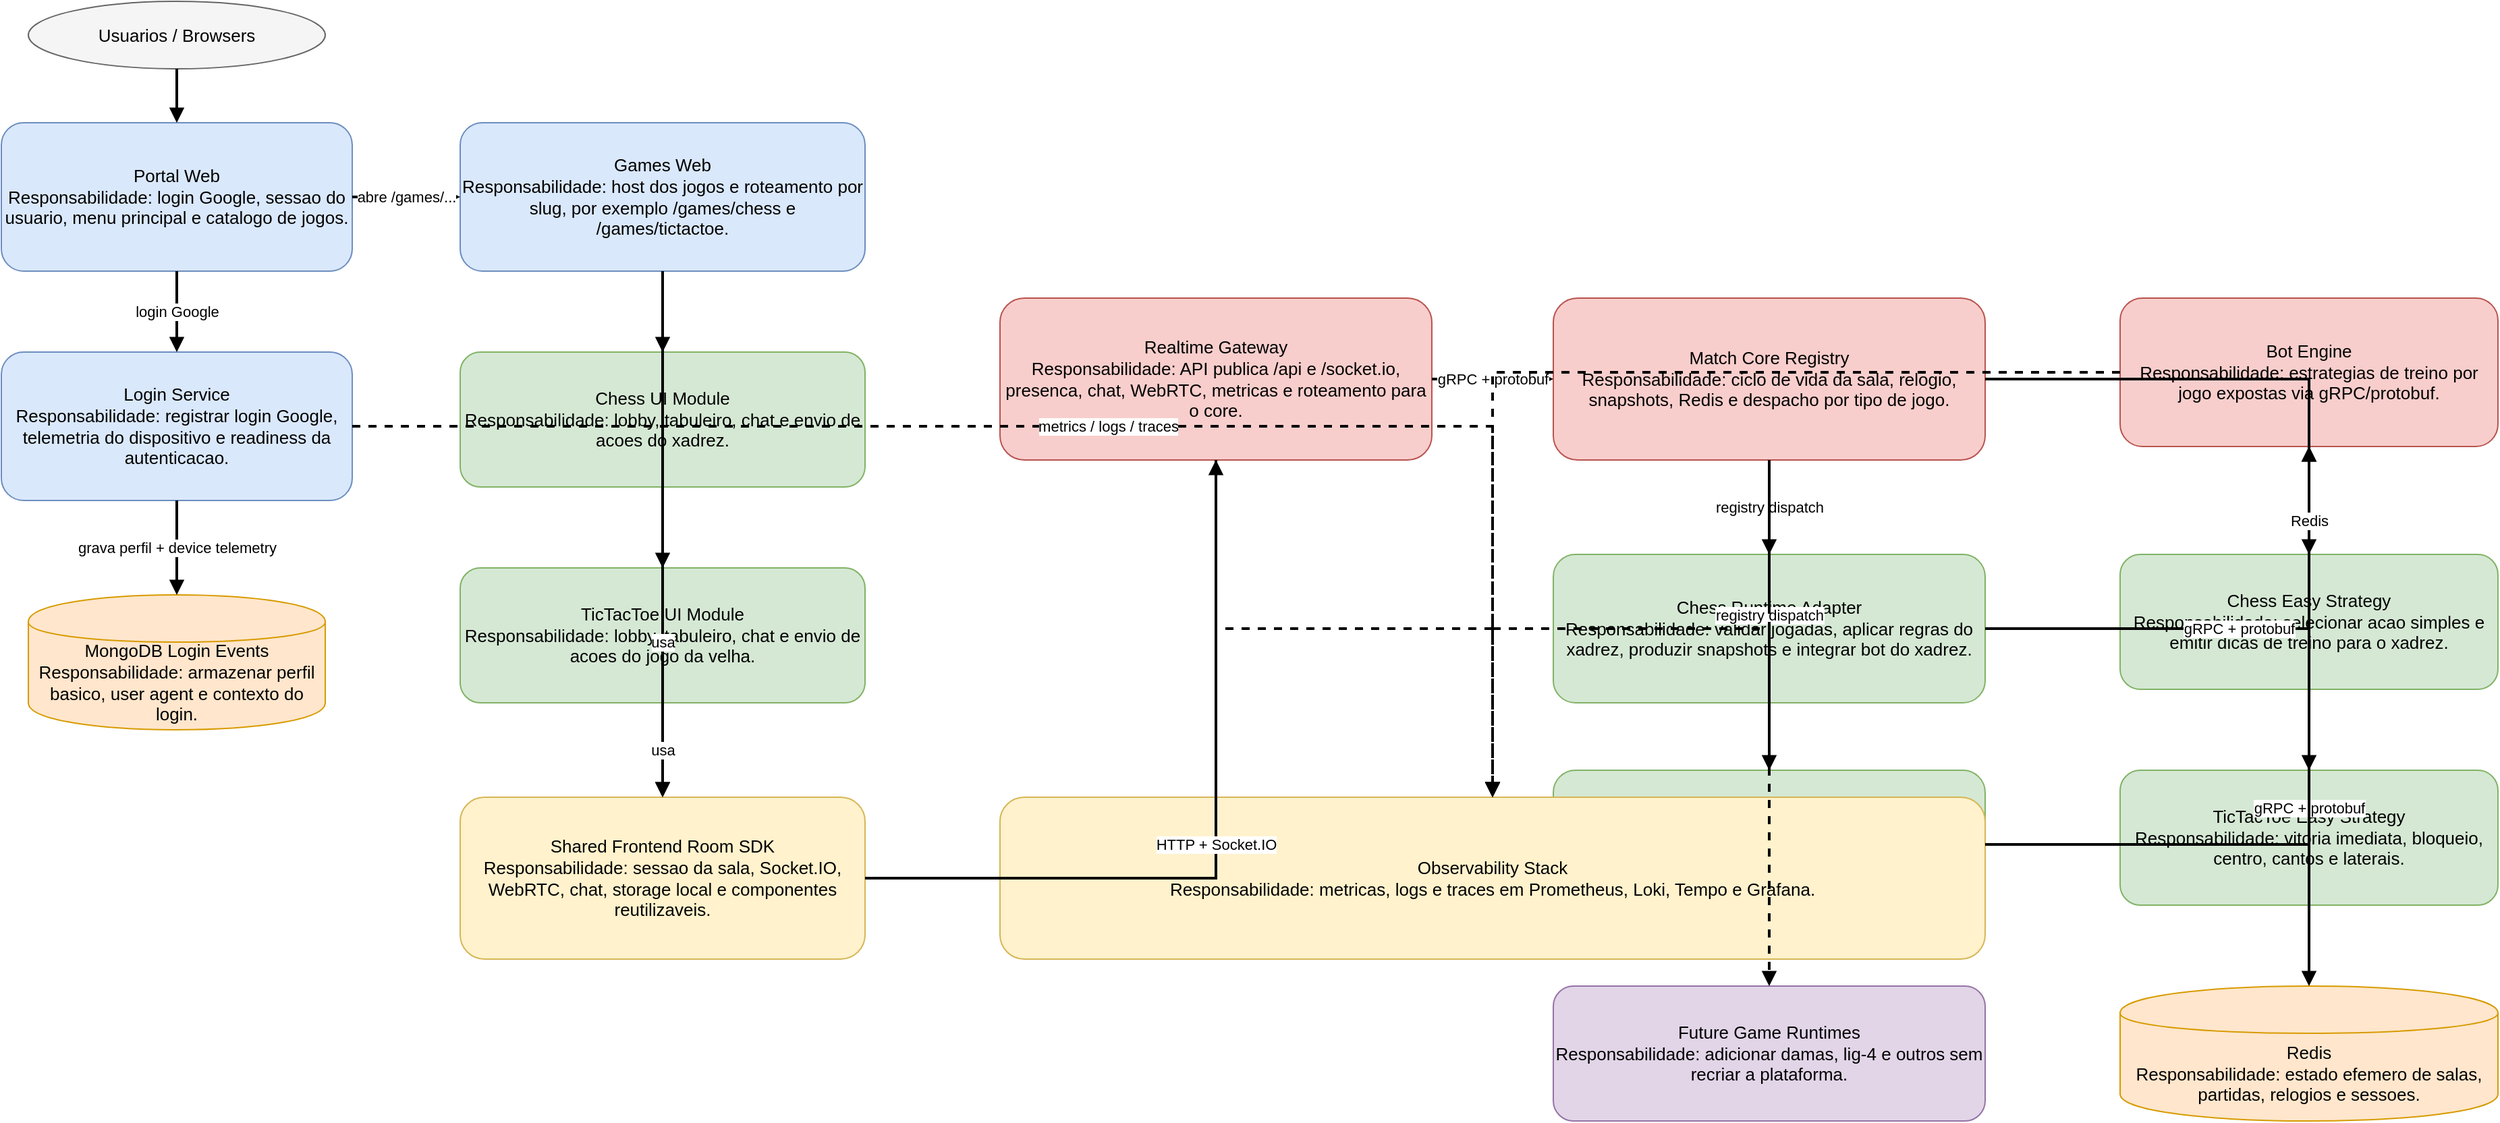
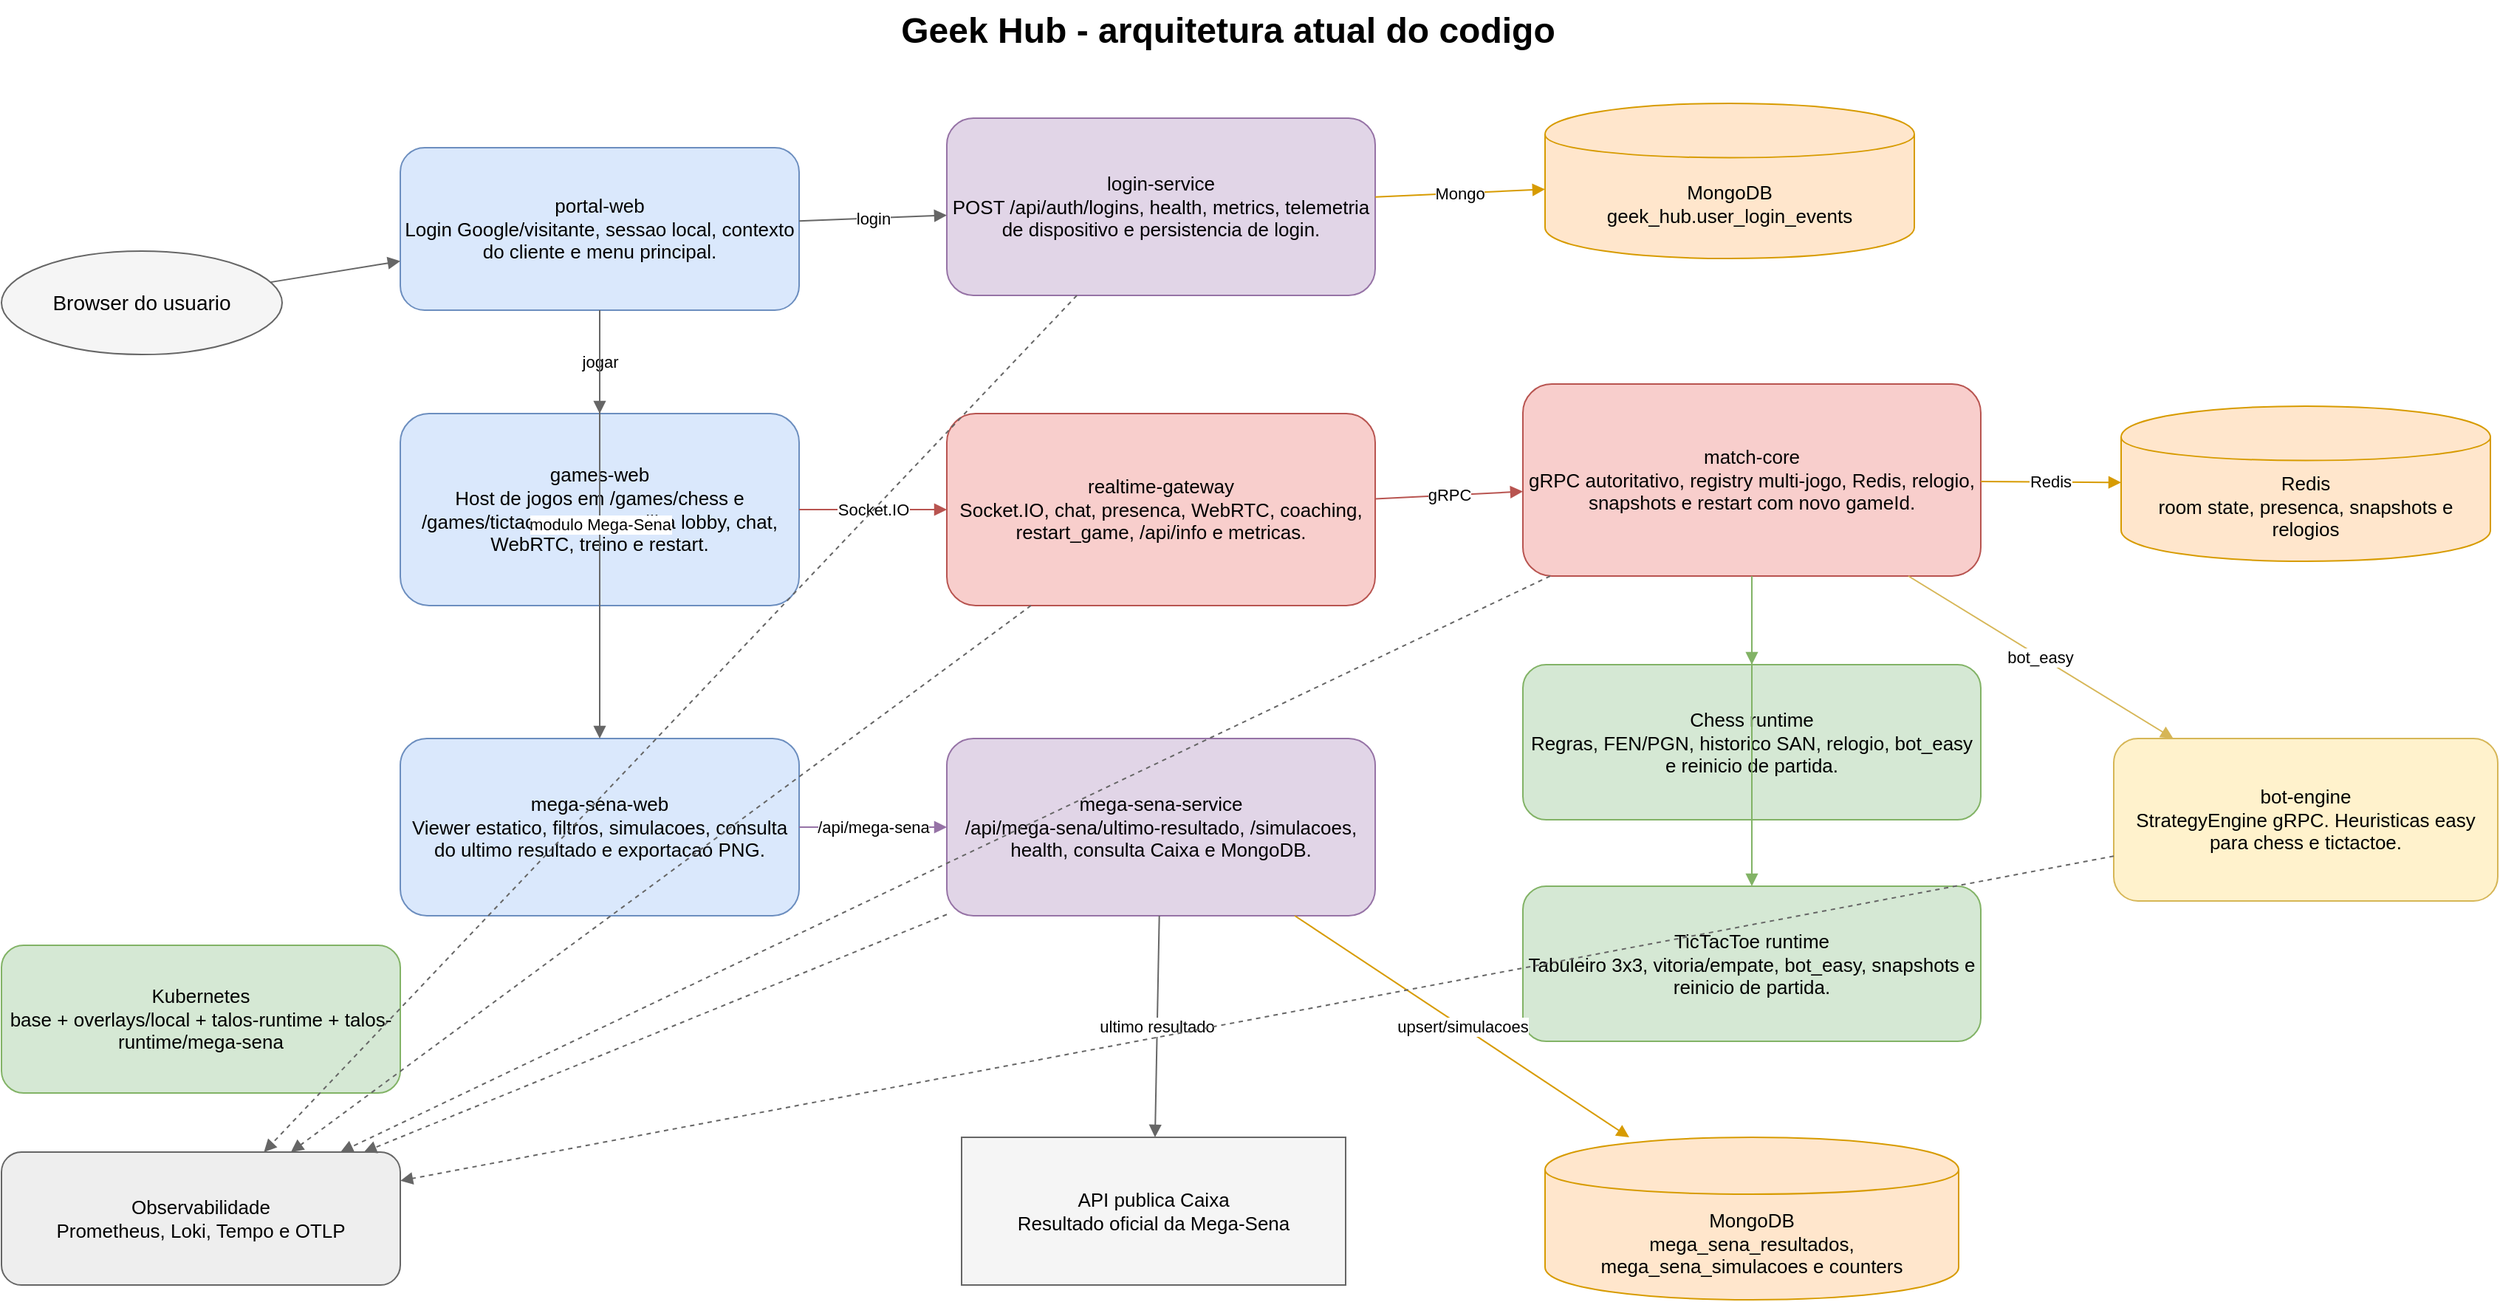
- <mxfile host="app.diagrams.net" modified="2026-04-17T01:05:00.000Z" agent="Codex" version="24.7.17">
-   <diagram id="geek-hub-architecture" name="Geek Hub">
+ <mxfile host="app.diagrams.net" modified="2026-04-30T00:00:00.000Z" agent="Codex" version="24.7.17">
+   <diagram id="geek-hub-current-architecture" name="Geek Hub - Current Architecture">
    <mxGraphModel dx="1800" dy="1200" grid="1" gridSize="10" guides="1" tooltips="1" connect="1" arrows="1" fold="1" page="1" pageScale="1" pageWidth="1800" pageHeight="1200" math="0" shadow="0">
      <root>
        <mxCell id="0"/>
        <mxCell id="1" parent="0"/>
-         <mxCell id="2" value="Usuarios / Browsers" style="ellipse;whiteSpace=wrap;html=1;fillColor=#f5f5f5;strokeColor=#666666;fontSize=13;" vertex="1" parent="1">
-           <mxGeometry x="90" y="30" width="220" height="50" as="geometry"/>
+         <mxCell id="title" value="Geek Hub - arquitetura atual do codigo" style="text;html=1;strokeColor=none;fillColor=none;fontSize=24;fontStyle=1;align=center;" vertex="1" parent="1">
+           <mxGeometry x="520" y="20" width="760" height="40" as="geometry"/>
        </mxCell>
-         <mxCell id="3" value="Portal Web&#xa;Responsabilidade: login Google, sessao do usuario, menu principal e catalogo de jogos." style="rounded=1;whiteSpace=wrap;html=1;fillColor=#dae8fc;strokeColor=#6c8ebf;fontSize=13;" vertex="1" parent="1">
-           <mxGeometry x="70" y="120" width="260" height="110" as="geometry"/>
+         <mxCell id="browser" value="Browser do usuario" style="ellipse;whiteSpace=wrap;html=1;fillColor=#f5f5f5;strokeColor=#666666;fontSize=14;" vertex="1" parent="1">
+           <mxGeometry x="70" y="190" width="190" height="70" as="geometry"/>
        </mxCell>
-         <mxCell id="4" value="Login Service&#xa;Responsabilidade: registrar login Google, telemetria do dispositivo e readiness da autenticacao." style="rounded=1;whiteSpace=wrap;html=1;fillColor=#dae8fc;strokeColor=#6c8ebf;fontSize=13;" vertex="1" parent="1">
-           <mxGeometry x="70" y="290" width="260" height="110" as="geometry"/>
+         <mxCell id="portal" value="portal-web&#xa;Login Google/visitante, sessao local, contexto do cliente e menu principal." style="rounded=1;whiteSpace=wrap;html=1;fillColor=#dae8fc;strokeColor=#6c8ebf;fontSize=13;" vertex="1" parent="1">
+           <mxGeometry x="340" y="120" width="270" height="110" as="geometry"/>
        </mxCell>
-         <mxCell id="5" value="MongoDB Login Events&#xa;Responsabilidade: armazenar perfil basico, user agent e contexto do login." style="shape=cylinder;whiteSpace=wrap;html=1;boundedLbl=1;fillColor=#ffe6cc;strokeColor=#d79b00;fontSize=13;" vertex="1" parent="1">
-           <mxGeometry x="90" y="470" width="220" height="100" as="geometry"/>
+         <mxCell id="games" value="games-web&#xa;Host de jogos em /games/chess e /games/tictactoe. Compartilha lobby, chat, WebRTC, treino e restart." style="rounded=1;whiteSpace=wrap;html=1;fillColor=#dae8fc;strokeColor=#6c8ebf;fontSize=13;" vertex="1" parent="1">
+           <mxGeometry x="340" y="300" width="270" height="130" as="geometry"/>
        </mxCell>
-         <mxCell id="6" value="Games Web&#xa;Responsabilidade: host dos jogos e roteamento por slug, por exemplo /games/chess e /games/tictactoe." style="rounded=1;whiteSpace=wrap;html=1;fillColor=#dae8fc;strokeColor=#6c8ebf;fontSize=13;" vertex="1" parent="1">
-           <mxGeometry x="410" y="120" width="300" height="110" as="geometry"/>
+         <mxCell id="megaweb" value="mega-sena-web&#xa;Viewer estatico, filtros, simulacoes, consulta do ultimo resultado e exportacao PNG." style="rounded=1;whiteSpace=wrap;html=1;fillColor=#dae8fc;strokeColor=#6c8ebf;fontSize=13;" vertex="1" parent="1">
+           <mxGeometry x="340" y="520" width="270" height="120" as="geometry"/>
        </mxCell>
-         <mxCell id="7" value="Chess UI Module&#xa;Responsabilidade: lobby, tabuleiro, chat e envio de acoes do xadrez." style="rounded=1;whiteSpace=wrap;html=1;fillColor=#d5e8d4;strokeColor=#82b366;fontSize=13;" vertex="1" parent="1">
-           <mxGeometry x="410" y="290" width="300" height="100" as="geometry"/>
+         <mxCell id="login" value="login-service&#xa;POST /api/auth/logins, health, metrics, telemetria de dispositivo e persistencia de login." style="rounded=1;whiteSpace=wrap;html=1;fillColor=#e1d5e7;strokeColor=#9673a6;fontSize=13;" vertex="1" parent="1">
+           <mxGeometry x="710" y="100" width="290" height="120" as="geometry"/>
        </mxCell>
-         <mxCell id="8" value="TicTacToe UI Module&#xa;Responsabilidade: lobby, tabuleiro, chat e envio de acoes do jogo da velha." style="rounded=1;whiteSpace=wrap;html=1;fillColor=#d5e8d4;strokeColor=#82b366;fontSize=13;" vertex="1" parent="1">
-           <mxGeometry x="410" y="450" width="300" height="100" as="geometry"/>
+         <mxCell id="gateway" value="realtime-gateway&#xa;Socket.IO, chat, presenca, WebRTC, coaching, restart_game, /api/info e metricas." style="rounded=1;whiteSpace=wrap;html=1;fillColor=#f8cecc;strokeColor=#b85450;fontSize=13;" vertex="1" parent="1">
+           <mxGeometry x="710" y="300" width="290" height="130" as="geometry"/>
        </mxCell>
-         <mxCell id="9" value="Shared Frontend Room SDK&#xa;Responsabilidade: sessao da sala, Socket.IO, WebRTC, chat, storage local e componentes reutilizaveis." style="rounded=1;whiteSpace=wrap;html=1;fillColor=#fff2cc;strokeColor=#d6b656;fontSize=13;" vertex="1" parent="1">
-           <mxGeometry x="410" y="620" width="300" height="120" as="geometry"/>
+         <mxCell id="megasvc" value="mega-sena-service&#xa;/api/mega-sena/ultimo-resultado, /simulacoes, health, consulta Caixa e MongoDB." style="rounded=1;whiteSpace=wrap;html=1;fillColor=#e1d5e7;strokeColor=#9673a6;fontSize=13;" vertex="1" parent="1">
+           <mxGeometry x="710" y="520" width="290" height="120" as="geometry"/>
        </mxCell>
-         <mxCell id="10" value="Realtime Gateway&#xa;Responsabilidade: API publica /api e /socket.io, presenca, chat, WebRTC, metricas e roteamento para o core." style="rounded=1;whiteSpace=wrap;html=1;fillColor=#f8cecc;strokeColor=#b85450;fontSize=13;" vertex="1" parent="1">
-           <mxGeometry x="810" y="250" width="320" height="120" as="geometry"/>
+         <mxCell id="matchcore" value="match-core&#xa;gRPC autoritativo, registry multi-jogo, Redis, relogio, snapshots e restart com novo gameId." style="rounded=1;whiteSpace=wrap;html=1;fillColor=#f8cecc;strokeColor=#b85450;fontSize=13;" vertex="1" parent="1">
+           <mxGeometry x="1100" y="280" width="310" height="130" as="geometry"/>
        </mxCell>
-         <mxCell id="11" value="Match Core Registry&#xa;Responsabilidade: ciclo de vida da sala, relogio, snapshots, Redis e despacho por tipo de jogo." style="rounded=1;whiteSpace=wrap;html=1;fillColor=#f8cecc;strokeColor=#b85450;fontSize=13;" vertex="1" parent="1">
-           <mxGeometry x="1220" y="250" width="320" height="120" as="geometry"/>
+         <mxCell id="chess" value="Chess runtime&#xa;Regras, FEN/PGN, historico SAN, relogio, bot_easy e reinicio de partida." style="rounded=1;whiteSpace=wrap;html=1;fillColor=#d5e8d4;strokeColor=#82b366;fontSize=13;" vertex="1" parent="1">
+           <mxGeometry x="1100" y="470" width="310" height="105" as="geometry"/>
        </mxCell>
-         <mxCell id="12" value="Chess Runtime Adapter&#xa;Responsabilidade: validar jogadas, aplicar regras do xadrez, produzir snapshots e integrar bot do xadrez." style="rounded=1;whiteSpace=wrap;html=1;fillColor=#d5e8d4;strokeColor=#82b366;fontSize=13;" vertex="1" parent="1">
-           <mxGeometry x="1220" y="440" width="320" height="110" as="geometry"/>
+         <mxCell id="ttt" value="TicTacToe runtime&#xa;Tabuleiro 3x3, vitoria/empate, bot_easy, snapshots e reinicio de partida." style="rounded=1;whiteSpace=wrap;html=1;fillColor=#d5e8d4;strokeColor=#82b366;fontSize=13;" vertex="1" parent="1">
+           <mxGeometry x="1100" y="620" width="310" height="105" as="geometry"/>
        </mxCell>
-         <mxCell id="13" value="TicTacToe Runtime Adapter&#xa;Responsabilidade: aplicar regras do jogo da velha, snapshots, empate, vitoria e bot." style="rounded=1;whiteSpace=wrap;html=1;fillColor=#d5e8d4;strokeColor=#82b366;fontSize=13;" vertex="1" parent="1">
-           <mxGeometry x="1220" y="600" width="320" height="110" as="geometry"/>
+         <mxCell id="bot" value="bot-engine&#xa;StrategyEngine gRPC. Heuristicas easy para chess e tictactoe." style="rounded=1;whiteSpace=wrap;html=1;fillColor=#fff2cc;strokeColor=#d6b656;fontSize=13;" vertex="1" parent="1">
+           <mxGeometry x="1500" y="520" width="260" height="110" as="geometry"/>
        </mxCell>
-         <mxCell id="14" value="Future Game Runtimes&#xa;Responsabilidade: adicionar damas, lig-4 e outros sem recriar a plataforma." style="rounded=1;whiteSpace=wrap;html=1;fillColor=#e1d5e7;strokeColor=#9673a6;fontSize=13;" vertex="1" parent="1">
-           <mxGeometry x="1220" y="760" width="320" height="100" as="geometry"/>
+         <mxCell id="mongoLogin" value="MongoDB&#xa;geek_hub.user_login_events" style="shape=cylinder;whiteSpace=wrap;html=1;boundedLbl=1;fillColor=#ffe6cc;strokeColor=#d79b00;fontSize=13;" vertex="1" parent="1">
+           <mxGeometry x="1115" y="90" width="250" height="105" as="geometry"/>
        </mxCell>
-         <mxCell id="15" value="Bot Engine&#xa;Responsabilidade: estrategias de treino por jogo expostas via gRPC/protobuf." style="rounded=1;whiteSpace=wrap;html=1;fillColor=#f8cecc;strokeColor=#b85450;fontSize=13;" vertex="1" parent="1">
-           <mxGeometry x="1640" y="250" width="280" height="110" as="geometry"/>
+         <mxCell id="redis" value="Redis&#xa;room state, presenca, snapshots e relogios" style="shape=cylinder;whiteSpace=wrap;html=1;boundedLbl=1;fillColor=#ffe6cc;strokeColor=#d79b00;fontSize=13;" vertex="1" parent="1">
+           <mxGeometry x="1505" y="295" width="250" height="105" as="geometry"/>
        </mxCell>
-         <mxCell id="16" value="Chess Easy Strategy&#xa;Responsabilidade: selecionar acao simples e emitir dicas de treino para o xadrez." style="rounded=1;whiteSpace=wrap;html=1;fillColor=#d5e8d4;strokeColor=#82b366;fontSize=13;" vertex="1" parent="1">
-           <mxGeometry x="1640" y="440" width="280" height="100" as="geometry"/>
+         <mxCell id="mongoMega" value="MongoDB&#xa;mega_sena_resultados, mega_sena_simulacoes e counters" style="shape=cylinder;whiteSpace=wrap;html=1;boundedLbl=1;fillColor=#ffe6cc;strokeColor=#d79b00;fontSize=13;" vertex="1" parent="1">
+           <mxGeometry x="1115" y="790" width="280" height="110" as="geometry"/>
        </mxCell>
-         <mxCell id="17" value="TicTacToe Easy Strategy&#xa;Responsabilidade: vitoria imediata, bloqueio, centro, cantos e laterais." style="rounded=1;whiteSpace=wrap;html=1;fillColor=#d5e8d4;strokeColor=#82b366;fontSize=13;" vertex="1" parent="1">
-           <mxGeometry x="1640" y="600" width="280" height="100" as="geometry"/>
+         <mxCell id="caixa" value="API publica Caixa&#xa;Resultado oficial da Mega-Sena" style="cloud;whiteSpace=wrap;html=1;fillColor=#f5f5f5;strokeColor=#666666;fontSize=13;" vertex="1" parent="1">
+           <mxGeometry x="720" y="790" width="260" height="100" as="geometry"/>
        </mxCell>
-         <mxCell id="18" value="Redis&#xa;Responsabilidade: estado efemero de salas, partidas, relogios e sessoes." style="shape=cylinder;whiteSpace=wrap;html=1;boundedLbl=1;fillColor=#ffe6cc;strokeColor=#d79b00;fontSize=13;" vertex="1" parent="1">
-           <mxGeometry x="1640" y="760" width="280" height="100" as="geometry"/>
+         <mxCell id="obs" value="Observabilidade&#xa;Prometheus, Loki, Tempo e OTLP" style="rounded=1;whiteSpace=wrap;html=1;fillColor=#eeeeee;strokeColor=#666666;fontSize=13;" vertex="1" parent="1">
+           <mxGeometry x="70" y="800" width="270" height="90" as="geometry"/>
        </mxCell>
-         <mxCell id="19" value="Observability Stack&#xa;Responsabilidade: metricas, logs e traces em Prometheus, Loki, Tempo e Grafana." style="rounded=1;whiteSpace=wrap;html=1;fillColor=#fff2cc;strokeColor=#d6b656;fontSize=13;" vertex="1" parent="1">
-           <mxGeometry x="810" y="620" width="730" height="120" as="geometry"/>
+         <mxCell id="k8s" value="Kubernetes&#xa;base + overlays/local + talos-runtime + talos-runtime/mega-sena" style="rounded=1;whiteSpace=wrap;html=1;fillColor=#d5e8d4;strokeColor=#82b366;fontSize=13;" vertex="1" parent="1">
+           <mxGeometry x="70" y="660" width="270" height="100" as="geometry"/>
        </mxCell>
- 
-         <mxCell id="20" style="edgeStyle=orthogonalEdgeStyle;rounded=0;orthogonalLoop=1;jettySize=auto;html=1;endArrow=block;strokeWidth=2;" edge="1" parent="1" source="2" target="3">
-           <mxGeometry relative="1" as="geometry"/>
-         </mxCell>
-         <mxCell id="21" value="login Google" style="edgeStyle=orthogonalEdgeStyle;rounded=0;orthogonalLoop=1;jettySize=auto;html=1;endArrow=block;strokeWidth=2;" edge="1" parent="1" source="3" target="4">
-           <mxGeometry relative="1" as="geometry"/>
-         </mxCell>
-         <mxCell id="22" value="grava perfil + device telemetry" style="edgeStyle=orthogonalEdgeStyle;rounded=0;orthogonalLoop=1;jettySize=auto;html=1;endArrow=block;strokeWidth=2;" edge="1" parent="1" source="4" target="5">
-           <mxGeometry relative="1" as="geometry"/>
-         </mxCell>
-         <mxCell id="23" value="abre /games/..." style="edgeStyle=orthogonalEdgeStyle;rounded=0;orthogonalLoop=1;jettySize=auto;html=1;endArrow=block;strokeWidth=2;" edge="1" parent="1" source="3" target="6">
-           <mxGeometry relative="1" as="geometry"/>
-         </mxCell>
-         <mxCell id="24" style="edgeStyle=orthogonalEdgeStyle;rounded=0;orthogonalLoop=1;jettySize=auto;html=1;endArrow=block;strokeWidth=2;" edge="1" parent="1" source="6" target="7">
-           <mxGeometry relative="1" as="geometry"/>
-         </mxCell>
-         <mxCell id="25" style="edgeStyle=orthogonalEdgeStyle;rounded=0;orthogonalLoop=1;jettySize=auto;html=1;endArrow=block;strokeWidth=2;" edge="1" parent="1" source="6" target="8">
-           <mxGeometry relative="1" as="geometry"/>
-         </mxCell>
-         <mxCell id="26" value="usa" style="edgeStyle=orthogonalEdgeStyle;rounded=0;orthogonalLoop=1;jettySize=auto;html=1;endArrow=block;strokeWidth=2;" edge="1" parent="1" source="7" target="9">
-           <mxGeometry relative="1" as="geometry"/>
-         </mxCell>
-         <mxCell id="27" value="usa" style="edgeStyle=orthogonalEdgeStyle;rounded=0;orthogonalLoop=1;jettySize=auto;html=1;endArrow=block;strokeWidth=2;" edge="1" parent="1" source="8" target="9">
-           <mxGeometry relative="1" as="geometry"/>
-         </mxCell>
-         <mxCell id="28" value="HTTP + Socket.IO" style="edgeStyle=orthogonalEdgeStyle;rounded=0;orthogonalLoop=1;jettySize=auto;html=1;endArrow=block;strokeWidth=2;" edge="1" parent="1" source="9" target="10">
-           <mxGeometry relative="1" as="geometry"/>
-         </mxCell>
-         <mxCell id="29" value="gRPC + protobuf" style="edgeStyle=orthogonalEdgeStyle;rounded=0;orthogonalLoop=1;jettySize=auto;html=1;endArrow=block;strokeWidth=2;" edge="1" parent="1" source="10" target="11">
-           <mxGeometry relative="1" as="geometry"/>
-         </mxCell>
-         <mxCell id="30" value="registry dispatch" style="edgeStyle=orthogonalEdgeStyle;rounded=0;orthogonalLoop=1;jettySize=auto;html=1;endArrow=block;strokeWidth=2;" edge="1" parent="1" source="11" target="12">
-           <mxGeometry relative="1" as="geometry"/>
-         </mxCell>
-         <mxCell id="31" value="registry dispatch" style="edgeStyle=orthogonalEdgeStyle;rounded=0;orthogonalLoop=1;jettySize=auto;html=1;endArrow=block;strokeWidth=2;" edge="1" parent="1" source="11" target="13">
-           <mxGeometry relative="1" as="geometry"/>
-         </mxCell>
-         <mxCell id="32" style="edgeStyle=orthogonalEdgeStyle;rounded=0;orthogonalLoop=1;jettySize=auto;html=1;endArrow=block;strokeWidth=2;dashed=1;" edge="1" parent="1" source="11" target="14">
-           <mxGeometry relative="1" as="geometry"/>
-         </mxCell>
-         <mxCell id="33" value="gRPC + protobuf" style="edgeStyle=orthogonalEdgeStyle;rounded=0;orthogonalLoop=1;jettySize=auto;html=1;endArrow=block;strokeWidth=2;" edge="1" parent="1" source="12" target="15">
-           <mxGeometry relative="1" as="geometry"/>
-         </mxCell>
-         <mxCell id="34" value="gRPC + protobuf" style="edgeStyle=orthogonalEdgeStyle;rounded=0;orthogonalLoop=1;jettySize=auto;html=1;endArrow=block;strokeWidth=2;" edge="1" parent="1" source="13" target="15">
-           <mxGeometry relative="1" as="geometry"/>
-         </mxCell>
-         <mxCell id="35" style="edgeStyle=orthogonalEdgeStyle;rounded=0;orthogonalLoop=1;jettySize=auto;html=1;endArrow=block;strokeWidth=2;" edge="1" parent="1" source="15" target="16">
-           <mxGeometry relative="1" as="geometry"/>
-         </mxCell>
-         <mxCell id="36" style="edgeStyle=orthogonalEdgeStyle;rounded=0;orthogonalLoop=1;jettySize=auto;html=1;endArrow=block;strokeWidth=2;" edge="1" parent="1" source="15" target="17">
-           <mxGeometry relative="1" as="geometry"/>
-         </mxCell>
-         <mxCell id="37" value="Redis" style="edgeStyle=orthogonalEdgeStyle;rounded=0;orthogonalLoop=1;jettySize=auto;html=1;endArrow=block;strokeWidth=2;" edge="1" parent="1" source="11" target="18">
-           <mxGeometry relative="1" as="geometry"/>
-         </mxCell>
-         <mxCell id="38" value="metrics / logs / traces" style="edgeStyle=orthogonalEdgeStyle;rounded=0;orthogonalLoop=1;jettySize=auto;html=1;endArrow=block;strokeWidth=2;dashed=1;" edge="1" parent="1" source="4" target="19">
-           <mxGeometry relative="1" as="geometry"/>
-         </mxCell>
-         <mxCell id="39" style="edgeStyle=orthogonalEdgeStyle;rounded=0;orthogonalLoop=1;jettySize=auto;html=1;endArrow=block;strokeWidth=2;dashed=1;" edge="1" parent="1" source="10" target="19">
-           <mxGeometry relative="1" as="geometry"/>
-         </mxCell>
-         <mxCell id="40" style="edgeStyle=orthogonalEdgeStyle;rounded=0;orthogonalLoop=1;jettySize=auto;html=1;endArrow=block;strokeWidth=2;dashed=1;" edge="1" parent="1" source="11" target="19">
-           <mxGeometry relative="1" as="geometry"/>
-         </mxCell>
-         <mxCell id="41" style="edgeStyle=orthogonalEdgeStyle;rounded=0;orthogonalLoop=1;jettySize=auto;html=1;endArrow=block;strokeWidth=2;dashed=1;" edge="1" parent="1" source="15" target="19">
-           <mxGeometry relative="1" as="geometry"/>
-         </mxCell>
+         <mxCell id="e1" style="endArrow=block;html=1;rounded=0;strokeColor=#666666;" edge="1" parent="1" source="browser" target="portal"><mxGeometry relative="1" as="geometry"/></mxCell>
+         <mxCell id="e2" value="login" style="endArrow=block;html=1;rounded=0;strokeColor=#666666;" edge="1" parent="1" source="portal" target="login"><mxGeometry relative="1" as="geometry"/></mxCell>
+         <mxCell id="e3" value="jogar" style="endArrow=block;html=1;rounded=0;strokeColor=#666666;" edge="1" parent="1" source="portal" target="games"><mxGeometry relative="1" as="geometry"/></mxCell>
+         <mxCell id="e4" value="modulo Mega-Sena" style="endArrow=block;html=1;rounded=0;strokeColor=#666666;" edge="1" parent="1" source="portal" target="megaweb"><mxGeometry relative="1" as="geometry"/></mxCell>
+         <mxCell id="e5" value="Socket.IO" style="endArrow=block;html=1;rounded=0;strokeColor=#b85450;" edge="1" parent="1" source="games" target="gateway"><mxGeometry relative="1" as="geometry"/></mxCell>
+         <mxCell id="e6" value="gRPC" style="endArrow=block;html=1;rounded=0;strokeColor=#b85450;" edge="1" parent="1" source="gateway" target="matchcore"><mxGeometry relative="1" as="geometry"/></mxCell>
+         <mxCell id="e7" style="endArrow=block;html=1;rounded=0;strokeColor=#82b366;" edge="1" parent="1" source="matchcore" target="chess"><mxGeometry relative="1" as="geometry"/></mxCell>
+         <mxCell id="e8" style="endArrow=block;html=1;rounded=0;strokeColor=#82b366;" edge="1" parent="1" source="matchcore" target="ttt"><mxGeometry relative="1" as="geometry"/></mxCell>
+         <mxCell id="e9" value="bot_easy" style="endArrow=block;html=1;rounded=0;strokeColor=#d6b656;" edge="1" parent="1" source="matchcore" target="bot"><mxGeometry relative="1" as="geometry"/></mxCell>
+         <mxCell id="e10" value="Redis" style="endArrow=block;html=1;rounded=0;strokeColor=#d79b00;" edge="1" parent="1" source="matchcore" target="redis"><mxGeometry relative="1" as="geometry"/></mxCell>
+         <mxCell id="e11" value="Mongo" style="endArrow=block;html=1;rounded=0;strokeColor=#d79b00;" edge="1" parent="1" source="login" target="mongoLogin"><mxGeometry relative="1" as="geometry"/></mxCell>
+         <mxCell id="e12" value="/api/mega-sena" style="endArrow=block;html=1;rounded=0;strokeColor=#9673a6;" edge="1" parent="1" source="megaweb" target="megasvc"><mxGeometry relative="1" as="geometry"/></mxCell>
+         <mxCell id="e13" value="upsert/simulacoes" style="endArrow=block;html=1;rounded=0;strokeColor=#d79b00;" edge="1" parent="1" source="megasvc" target="mongoMega"><mxGeometry relative="1" as="geometry"/></mxCell>
+         <mxCell id="e14" value="ultimo resultado" style="endArrow=block;html=1;rounded=0;strokeColor=#666666;" edge="1" parent="1" source="megasvc" target="caixa"><mxGeometry relative="1" as="geometry"/></mxCell>
+         <mxCell id="e15" style="endArrow=block;html=1;rounded=0;strokeColor=#666666;dashed=1;" edge="1" parent="1" source="login" target="obs"><mxGeometry relative="1" as="geometry"/></mxCell>
+         <mxCell id="e16" style="endArrow=block;html=1;rounded=0;strokeColor=#666666;dashed=1;" edge="1" parent="1" source="gateway" target="obs"><mxGeometry relative="1" as="geometry"/></mxCell>
+         <mxCell id="e17" style="endArrow=block;html=1;rounded=0;strokeColor=#666666;dashed=1;" edge="1" parent="1" source="matchcore" target="obs"><mxGeometry relative="1" as="geometry"/></mxCell>
+         <mxCell id="e18" style="endArrow=block;html=1;rounded=0;strokeColor=#666666;dashed=1;" edge="1" parent="1" source="bot" target="obs"><mxGeometry relative="1" as="geometry"/></mxCell>
+         <mxCell id="e19" style="endArrow=block;html=1;rounded=0;strokeColor=#666666;dashed=1;" edge="1" parent="1" source="megasvc" target="obs"><mxGeometry relative="1" as="geometry"/></mxCell>
      </root>
    </mxGraphModel>
  </diagram>
</mxfile>
